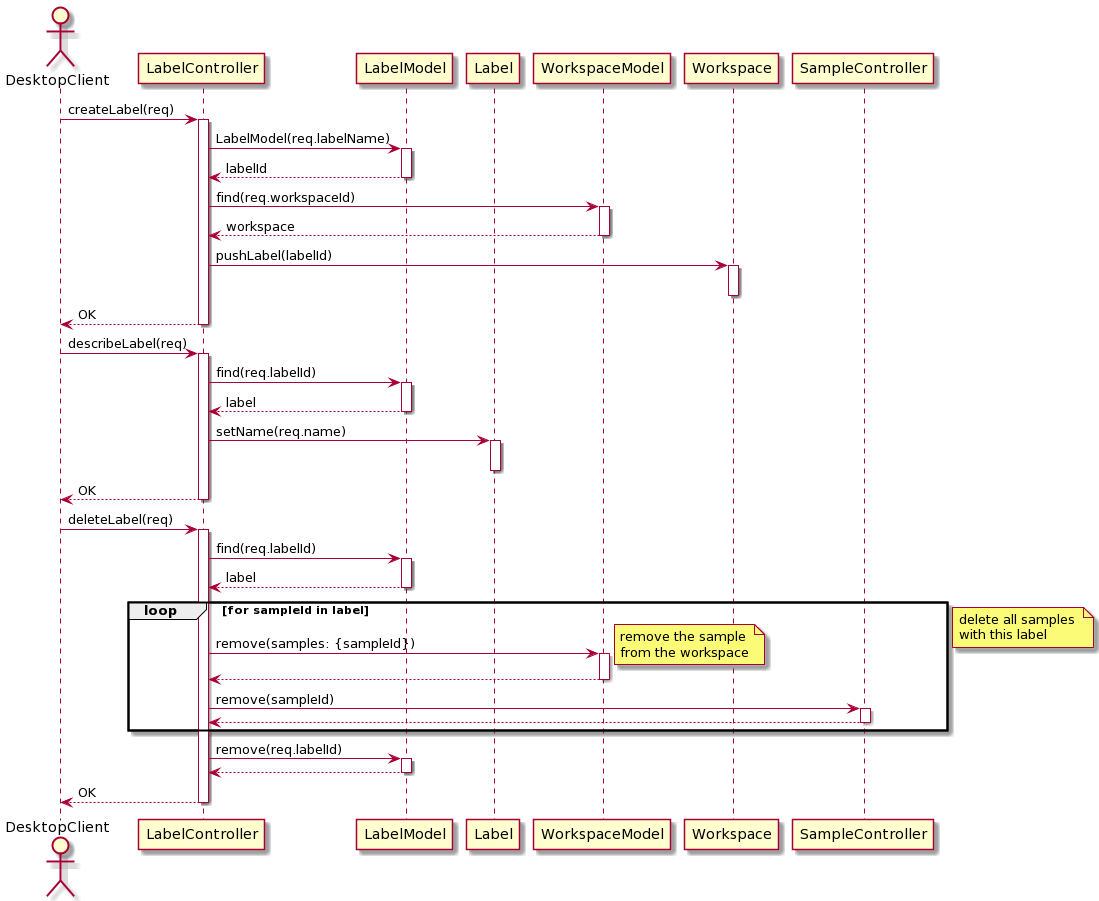
This is Design/Documentation/figures/seq-workspace-management.png from PSE-TECO-2020-TEAM1/e2e-ml_docs, a PlantUML export, as it was before one commit.
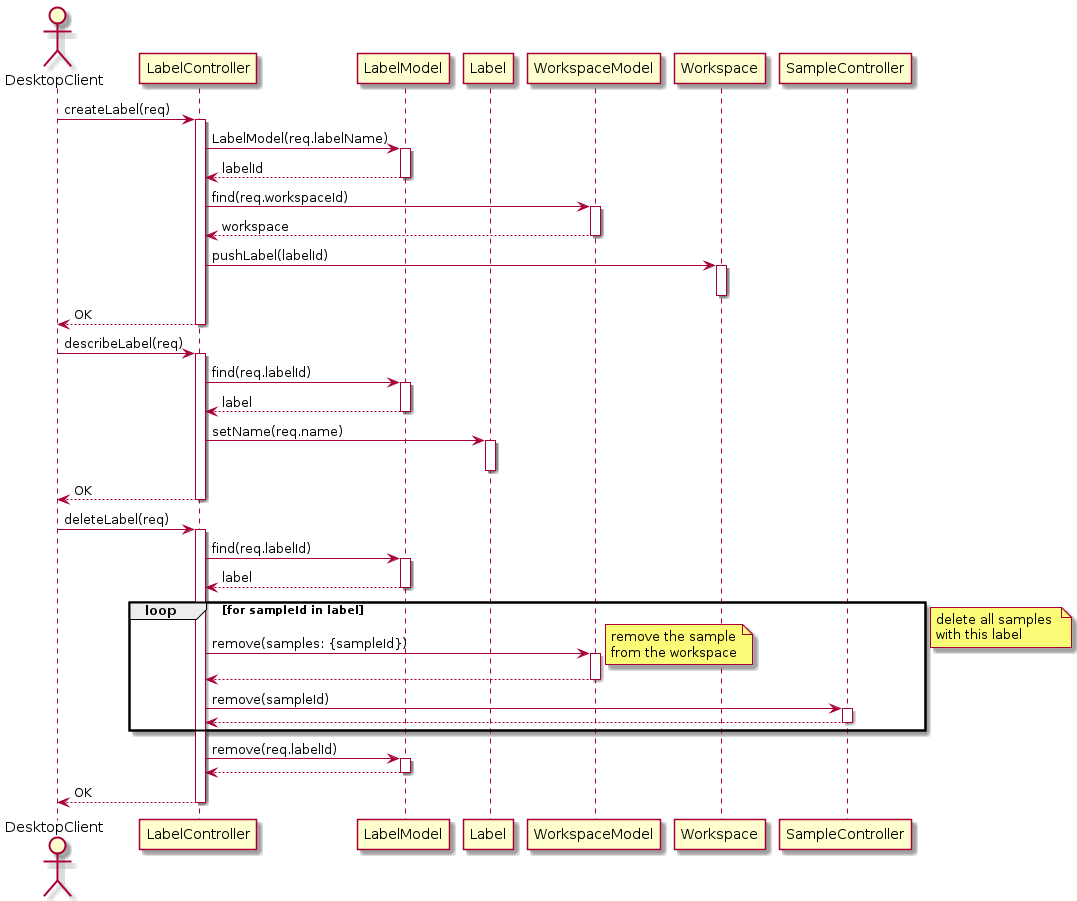
The same diagram one commit later.

Change to the diagram source:
```diff
@@ -1,4 +1,4 @@
-@startuml
+@startuml Workspace Management Manage Labels
 autoactivate on
 
 actor DesktopClient as desktop
@@ -42,4 +42,5 @@
 lc -> lm: remove(req.labelId)
 return
 return OK
+
 @enduml
```
